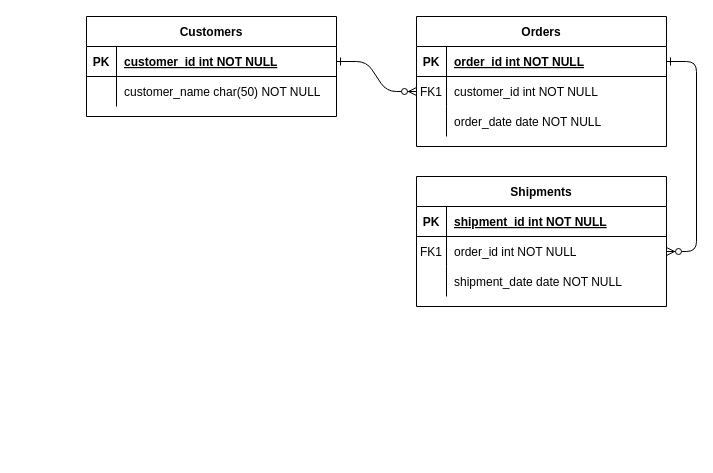
Before: Untitled Diagram.drawio in falashlion/3D_maze_project, a draw.io diagram. Source tidied: cells renumbered, new cells numbered last; positions are measured from the earlier drawing's top-left corner, leaving out a move shared by most shapes. Both pictures are drawn from the tidied source at 100%, with x=0, y=0 at pixel (86, 16).
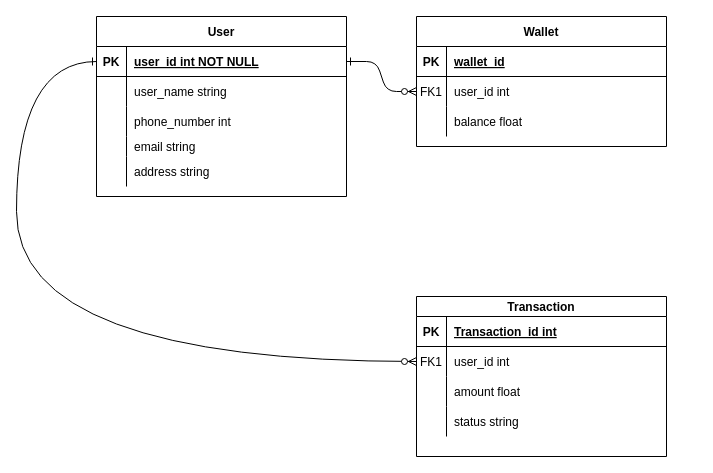
The same diagram, later.

Unchanged cells that the change refers to:
```xml
<mxCell id="5" style="shape=partialRectangle;fillColor=none;points=[[0,0.5],[1,0.5]];portConstraint=eastwest;top=0;left=0;right=0;bottom=1;" parent="4" vertex="1">
  <mxGeometry y="30" width="250" height="30" as="geometry" />
</mxCell>
<mxCell id="8" style="shape=partialRectangle;fillColor=none;points=[[0,0.5],[1,0.5]];portConstraint=eastwest;top=0;left=0;right=0;bottom=0;" parent="4" vertex="1">
  <mxGeometry y="60" width="250" height="30" as="geometry" />
</mxCell>
<mxCell id="11" style="shape=partialRectangle;fillColor=none;top=0;left=0;right=0;bottom=0;" parent="4" vertex="1">
  <mxGeometry y="90" width="250" height="30" as="geometry" />
</mxCell>
<mxCell id="25" style="shape=partialRectangle;fillColor=none;points=[[0,0.5],[1,0.5]];portConstraint=eastwest;top=0;left=0;right=0;bottom=1;" parent="24" vertex="1">
  <mxGeometry y="30" width="250" height="30" as="geometry" />
</mxCell>
<mxCell id="28" style="shape=partialRectangle;fillColor=none;top=0;left=0;right=0;bottom=0;" parent="24" vertex="1">
  <mxGeometry y="60" width="250" height="30" as="geometry" />
</mxCell>
```

Diff of the diagram source:
```diff
@@
-    <mxCell id="3" style="edgeStyle=entityRelationEdgeStyle;endArrow=ERzeroToMany;startArrow=ERone;endFill=1;startFill=0;" parent="1" edge="1" source="5" target="18">
-      <mxGeometry relative="1" as="geometry" />
-    </mxCell>
-    <mxCell id="4" value="Orders" style="shape=table;startSize=30;childLayout=tableLayout;rowLines=0;fontStyle=1;align=center;" parent="1" vertex="1">
+    <mxCell id="4" value="Wallet" style="shape=table;startSize=30;childLayout=tableLayout;rowLines=0;fontStyle=1;align=center;" parent="1" vertex="1">
       <mxGeometry x="330" width="250" height="130" as="geometry" />
     </mxCell>
@@
-    <mxCell id="7" value="order_id int NOT NULL " style="shape=partialRectangle;overflow=hidden;fillColor=none;top=0;left=0;bottom=0;right=0;align=left;spacingLeft=6;fontStyle=5;" parent="5" vertex="1">
+    <mxCell id="7" value="wallet_id" style="shape=partialRectangle;overflow=hidden;fillColor=none;top=0;left=0;bottom=0;right=0;align=left;spacingLeft=6;fontStyle=5;" parent="5" vertex="1">
       <mxGeometry x="30" width="220" height="30" as="geometry" />
     </mxCell>
@@
-    <mxCell id="10" value="customer_id int NOT NULL" style="shape=partialRectangle;overflow=hidden;fillColor=none;top=0;left=0;bottom=0;right=0;align=left;spacingLeft=6;" parent="8" vertex="1">
+    <mxCell id="10" value="user_id int" style="shape=partialRectangle;overflow=hidden;fillColor=none;top=0;left=0;bottom=0;right=0;align=left;spacingLeft=6;" parent="8" vertex="1">
       <mxGeometry x="30" width="220" height="30" as="geometry" />
     </mxCell>
@@
-    <mxCell id="13" value="order_date date NOT NULL" style="shape=partialRectangle;overflow=hidden;fillColor=none;top=0;left=0;bottom=0;right=0;align=left;spacingLeft=6;" parent="11" vertex="1">
+    <mxCell id="13" value="balance float" style="shape=partialRectangle;overflow=hidden;fillColor=none;top=0;left=0;bottom=0;right=0;align=left;spacingLeft=6;" parent="11" vertex="1">
       <mxGeometry x="30" width="220" height="30" as="geometry" />
     </mxCell>
-    <mxCell id="14" value="Shipments" style="shape=table;startSize=30;childLayout=tableLayout;rowLines=0;fontStyle=1;align=center;" parent="1" vertex="1">
-      <mxGeometry x="330" y="160" width="250" height="130" as="geometry" />
+    <mxCell id="14" value="Transaction" style="shape=table;startSize=20;childLayout=tableLayout;rowLines=0;fontStyle=1;align=center;" parent="1" vertex="1">
+      <mxGeometry x="330" y="280" width="250" height="160" as="geometry" />
     </mxCell>
     <mxCell id="15" style="shape=partialRectangle;fillColor=none;top=0;left=0;right=0;bottom=1;" parent="14" vertex="1">
-      <mxGeometry y="30" width="250" height="30" as="geometry" />
+      <mxGeometry y="20" width="250" height="30" as="geometry" />
     </mxCell>
@@
-    <mxCell id="17" value="shipment_id int NOT NULL " style="shape=partialRectangle;overflow=hidden;fillColor=none;top=0;left=0;bottom=0;right=0;align=left;spacingLeft=6;fontStyle=5;" parent="15" vertex="1">
+    <mxCell id="17" value="Transaction_id int" style="shape=partialRectangle;overflow=hidden;fillColor=none;top=0;left=0;bottom=0;right=0;align=left;spacingLeft=6;fontStyle=5;" parent="15" vertex="1">
       <mxGeometry x="30" width="220" height="30" as="geometry" />
     </mxCell>
     <mxCell id="18" style="shape=partialRectangle;fillColor=none;points=[[0,0.5],[1,0.5]];portConstraint=eastwest;top=0;left=0;right=0;bottom=0;" parent="14" vertex="1">
-      <mxGeometry y="60" width="250" height="30" as="geometry" />
+      <mxGeometry y="50" width="250" height="30" as="geometry" />
     </mxCell>
@@
-    <mxCell id="20" value="order_id int NOT NULL" style="shape=partialRectangle;overflow=hidden;fillColor=none;top=0;left=0;bottom=0;right=0;align=left;spacingLeft=6;" parent="18" vertex="1">
+    <mxCell id="20" value="user_id int" style="shape=partialRectangle;overflow=hidden;fillColor=none;top=0;left=0;bottom=0;right=0;align=left;spacingLeft=6;" parent="18" vertex="1">
       <mxGeometry x="30" width="220" height="30" as="geometry" />
     </mxCell>
     <mxCell id="21" style="shape=partialRectangle;fillColor=none;top=0;left=0;right=0;bottom=0;" parent="14" vertex="1">
-      <mxGeometry y="90" width="250" height="30" as="geometry" />
+      <mxGeometry y="80" width="250" height="30" as="geometry" />
     </mxCell>
@@
-    <mxCell id="23" value="shipment_date date NOT NULL" style="shape=partialRectangle;overflow=hidden;fillColor=none;top=0;left=0;bottom=0;right=0;align=left;spacingLeft=6;" parent="21" vertex="1">
+    <mxCell id="23" value="amount float " style="shape=partialRectangle;overflow=hidden;fillColor=none;top=0;left=0;bottom=0;right=0;align=left;spacingLeft=6;" parent="21" vertex="1">
       <mxGeometry x="30" width="220" height="30" as="geometry" />
     </mxCell>
+    <mxCell id="31" style="shape=partialRectangle;fillColor=none;top=0;left=0;right=0;bottom=0;" parent="14" vertex="1">
+      <mxGeometry y="110" width="250" height="30" as="geometry" />
+    </mxCell>
+    <mxCell id="32" style="shape=partialRectangle;overflow=hidden;fillColor=none;top=0;left=0;bottom=0;right=0;" parent="31" vertex="1">
+      <mxGeometry width="30" height="30" as="geometry" />
+    </mxCell>
+    <mxCell id="33" value="status string" style="shape=partialRectangle;overflow=hidden;fillColor=none;top=0;left=0;bottom=0;right=0;align=left;spacingLeft=6;" parent="31" vertex="1">
+      <mxGeometry x="30" width="220" height="30" as="geometry" />
+    </mxCell>
-    <mxCell id="24" value="Customers" style="shape=table;startSize=30;childLayout=tableLayout;rowLines=0;fontStyle=1;align=center;" parent="1" vertex="1">
-      <mxGeometry width="250" height="100" as="geometry" />
+    <mxCell id="24" value="User" style="shape=table;startSize=30;childLayout=tableLayout;rowLines=0;fontStyle=1;align=center;" parent="1" vertex="1">
+      <mxGeometry x="10" width="250" height="180" as="geometry" />
     </mxCell>
@@
-    <mxCell id="27" value="customer_id int NOT NULL " style="shape=partialRectangle;overflow=hidden;fillColor=none;top=0;left=0;bottom=0;right=0;align=left;spacingLeft=6;fontStyle=5;" parent="25" vertex="1">
+    <mxCell id="27" value="user_id int NOT NULL " style="shape=partialRectangle;overflow=hidden;fillColor=none;top=0;left=0;bottom=0;right=0;align=left;spacingLeft=6;fontStyle=5;" parent="25" vertex="1">
       <mxGeometry x="30" width="220" height="30" as="geometry" />
     </mxCell>
@@
-    <mxCell id="30" value="customer_name char(50) NOT NULL" style="shape=partialRectangle;overflow=hidden;fillColor=none;top=0;left=0;bottom=0;right=0;align=left;spacingLeft=6;" parent="28" vertex="1">
+    <mxCell id="30" value="user_name string  " style="shape=partialRectangle;overflow=hidden;fillColor=none;top=0;left=0;bottom=0;right=0;align=left;spacingLeft=6;" parent="28" vertex="1">
       <mxGeometry x="30" width="220" height="30" as="geometry" />
     </mxCell>
+    <mxCell id="34" style="shape=partialRectangle;fillColor=none;top=0;left=0;right=0;bottom=0;" parent="24" vertex="1">
+      <mxGeometry y="90" width="250" height="30" as="geometry" />
+    </mxCell>
+    <mxCell id="35" style="shape=partialRectangle;overflow=hidden;fillColor=none;top=0;left=0;bottom=0;right=0;" parent="34" vertex="1">
+      <mxGeometry width="30" height="30" as="geometry" />
+    </mxCell>
+    <mxCell id="36" value="phone_number int" style="shape=partialRectangle;overflow=hidden;fillColor=none;top=0;left=0;bottom=0;right=0;align=left;spacingLeft=6;" parent="34" vertex="1">
+      <mxGeometry x="30" width="220" height="30" as="geometry" />
+    </mxCell>
+    <mxCell id="37" style="shape=partialRectangle;fillColor=none;top=0;left=0;right=0;bottom=0;" parent="24" vertex="1">
+      <mxGeometry y="120" width="250" height="20" as="geometry" />
+    </mxCell>
+    <mxCell id="38" style="shape=partialRectangle;overflow=hidden;fillColor=none;top=0;left=0;bottom=0;right=0;" parent="37" vertex="1">
+      <mxGeometry width="30" height="20" as="geometry" />
+    </mxCell>
+    <mxCell id="39" value="email string " style="shape=partialRectangle;overflow=hidden;fillColor=none;top=0;left=0;bottom=0;right=0;align=left;spacingLeft=6;" parent="37" vertex="1">
+      <mxGeometry x="30" width="220" height="20" as="geometry" />
+    </mxCell>
+    <mxCell id="40" style="shape=partialRectangle;fillColor=none;top=0;left=0;right=0;bottom=0;" parent="24" vertex="1">
+      <mxGeometry y="140" width="250" height="30" as="geometry" />
+    </mxCell>
+    <mxCell id="41" style="shape=partialRectangle;overflow=hidden;fillColor=none;top=0;left=0;bottom=0;right=0;" parent="40" vertex="1">
+      <mxGeometry width="30" height="30" as="geometry" />
+    </mxCell>
+    <mxCell id="42" value="address string" style="shape=partialRectangle;overflow=hidden;fillColor=none;top=0;left=0;bottom=0;right=0;align=left;spacingLeft=6;" parent="40" vertex="1">
+      <mxGeometry x="30" width="220" height="30" as="geometry" />
+    </mxCell>
+    <mxCell id="43" style="endArrow=ERzeroToMany;startArrow=ERone;endFill=1;startFill=0;exitX=0;exitY=0.5;exitDx=0;exitDy=0;entryX=0;entryY=0.5;entryDx=0;entryDy=0;edgeStyle=orthogonalEdgeStyle;curved=1;" parent="1" edge="1" source="25" target="18">
+      <mxGeometry relative="1" as="geometry">
+        <Array as="points">
+          <mxPoint x="-70" y="45" />
+          <mxPoint x="-70" y="345" />
+        </Array>
+      </mxGeometry>
+    </mxCell>
```
